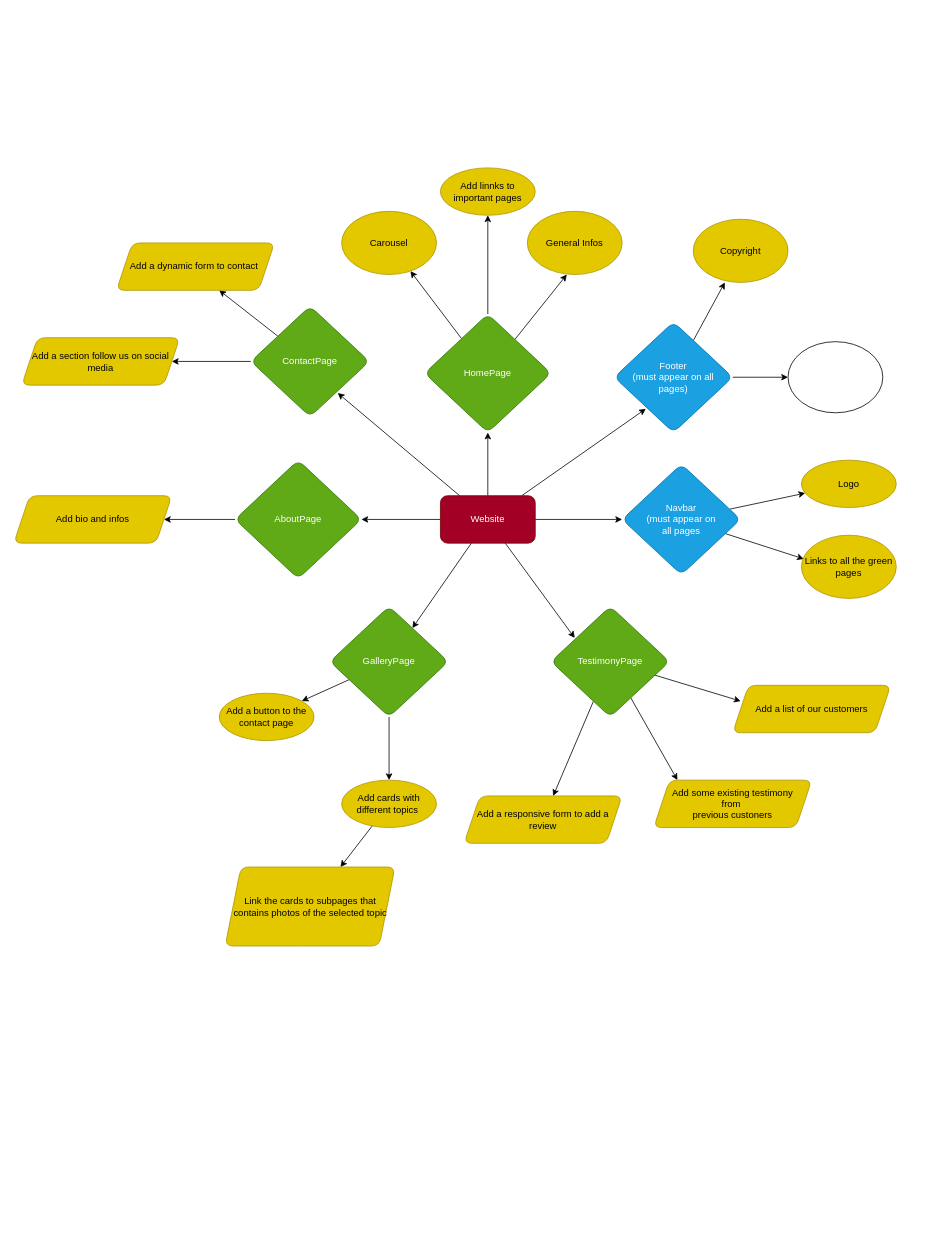
Before: photographerWebpage/documentation/documentation.drawio in ChavesJimmy/TeamProject-Arwa-Katharina-Markus-Christos-Jimmy, a draw.io diagram. Source tidied: cells renumbered, new cells numbered last; positions are measured from the earlier drawing's top-left corner, leaving out a move shared by most shapes. Both pictures are drawn from the tidied source at 79%, with x=0, y=0 at pixel (13, 167).
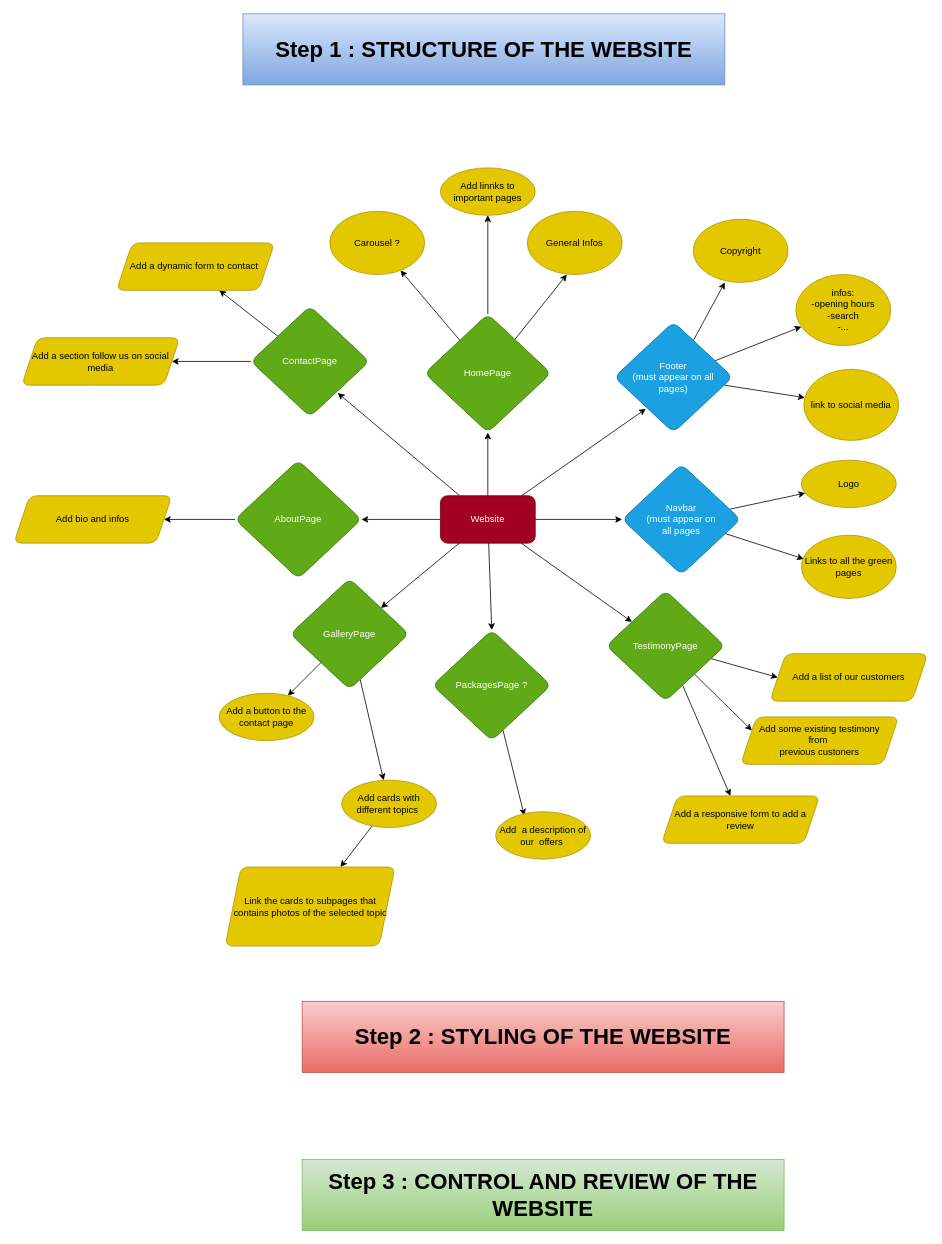
The same page after the edit.

The change refers to these unchanged cells:
```xml
<mxCell id="9" value="Website" style="rounded=1;whiteSpace=wrap;html=1;fillColor=#a20025;fontColor=#ffffff;strokeColor=#6F0000;" parent="1" vertex="1">
  <mxGeometry x="540" y="415" width="120" height="60" as="geometry" />
</mxCell>
<mxCell id="25" value="Footer&lt;br&gt;(must appear on all&lt;br&gt;pages)" style="rhombus;whiteSpace=wrap;html=1;rounded=1;fillColor=#1ba1e2;fontColor=#ffffff;strokeColor=#006EAF;" parent="1" vertex="1">
  <mxGeometry x="760" y="195" width="150" height="140" as="geometry" />
</mxCell>
```

What changed in the source:
```diff
@@
-    <mxCell id="8" style="edgeStyle=none;html=1;" parent="1" edge="1" source="9">
-      <mxGeometry relative="1" as="geometry">
-        <mxPoint x="710" y="595" as="targetPoint" />
-      </mxGeometry>
+    <mxCell id="8" style="edgeStyle=none;html=1;" parent="1" edge="1" source="9" target="31">
+      <mxGeometry relative="1" as="geometry" />
     </mxCell>
+    <mxCell id="49" style="edgeStyle=none;html=1;entryX=0.5;entryY=0;entryDx=0;entryDy=0;" parent="1" edge="1" source="9" target="52">
+      <mxGeometry relative="1" as="geometry" />
+    </mxCell>
@@
     <mxCell id="19" value="GalleryPage" style="rhombus;whiteSpace=wrap;html=1;rounded=1;fillColor=#60a917;fontColor=#ffffff;strokeColor=#2D7600;" parent="1" vertex="1">
-      <mxGeometry x="400" y="555" width="150" height="140" as="geometry" />
+      <mxGeometry x="350" y="520" width="150" height="140" as="geometry" />
     </mxCell>
@@
+    <mxCell id="50" style="edgeStyle=none;html=1;fontSize=28;" parent="1" edge="1" source="25" target="57">
+      <mxGeometry relative="1" as="geometry" />
+    </mxCell>
@@
-    <mxCell id="29" style="edgeStyle=none;html=1;" parent="1" edge="1" source="31">
-      <mxGeometry relative="1" as="geometry">
-        <mxPoint x="840" y="775" as="targetPoint" />
-      </mxGeometry>
+    <mxCell id="29" style="edgeStyle=none;html=1;entryX=0;entryY=0.25;entryDx=0;entryDy=0;" parent="1" edge="1" source="31" target="43">
+      <mxGeometry relative="1" as="geometry" />
     </mxCell>
-    <mxCell id="30" style="edgeStyle=none;html=1;" parent="1" edge="1" source="31">
-      <mxGeometry relative="1" as="geometry">
-        <mxPoint x="920" y="675" as="targetPoint" />
-      </mxGeometry>
+    <mxCell id="30" style="edgeStyle=none;html=1;entryX=0;entryY=0.5;entryDx=0;entryDy=0;" parent="1" edge="1" source="31" target="45">
+      <mxGeometry relative="1" as="geometry" />
     </mxCell>
     <mxCell id="31" value="TestimonyPage" style="rhombus;whiteSpace=wrap;html=1;rounded=1;fillColor=#60a917;fontColor=#ffffff;strokeColor=#2D7600;" parent="1" vertex="1">
-      <mxGeometry x="680" y="555" width="150" height="140" as="geometry" />
+      <mxGeometry x="750" y="535" width="150" height="140" as="geometry" />
     </mxCell>
-    <mxCell id="32" value="Carousel" style="ellipse;whiteSpace=wrap;html=1;fillColor=#e3c800;fontColor=#000000;strokeColor=#B09500;" parent="1" vertex="1">
-      <mxGeometry x="415" y="55" width="120" height="80" as="geometry" />
+    <mxCell id="32" value="Carousel ?" style="ellipse;whiteSpace=wrap;html=1;fillColor=#e3c800;fontColor=#000000;strokeColor=#B09500;" parent="1" vertex="1">
+      <mxGeometry x="400" y="55" width="120" height="80" as="geometry" />
     </mxCell>
@@
-    <mxCell id="35" style="ellipse;whiteSpace=wrap;html=1;rounded=1;" parent="1" vertex="1">
-      <mxGeometry x="980" y="220" width="120" height="90" as="geometry" />
+    <mxCell id="35" value="link to social media" style="ellipse;whiteSpace=wrap;html=1;rounded=1;fillColor=#e3c800;fontColor=#000000;strokeColor=#B09500;" parent="1" vertex="1">
+      <mxGeometry x="1000" y="255" width="120" height="90" as="geometry" />
     </mxCell>
@@
     <mxCell id="42" value="Add a responsive form to add a review" style="shape=parallelogram;perimeter=parallelogramPerimeter;whiteSpace=wrap;html=1;fixedSize=1;rounded=1;fillColor=#e3c800;fontColor=#000000;strokeColor=#B09500;" parent="1" vertex="1">
-      <mxGeometry x="570" y="795" width="200" height="60" as="geometry" />
+      <mxGeometry x="820" y="795" width="200" height="60" as="geometry" />
     </mxCell>
     <mxCell id="43" value="Add some existing testimony &lt;br&gt;from&amp;nbsp;&lt;br&gt;previous custoners" style="shape=parallelogram;perimeter=parallelogramPerimeter;whiteSpace=wrap;html=1;fixedSize=1;rounded=1;fillColor=#e3c800;fontColor=#000000;strokeColor=#B09500;" parent="1" vertex="1">
-      <mxGeometry x="810" y="775" width="200" height="60" as="geometry" />
+      <mxGeometry x="920" y="695" width="200" height="60" as="geometry" />
     </mxCell>
@@
     <mxCell id="45" value="Add a list of our customers" style="shape=parallelogram;perimeter=parallelogramPerimeter;whiteSpace=wrap;html=1;fixedSize=1;rounded=1;fillColor=#e3c800;fontColor=#000000;strokeColor=#B09500;" parent="1" vertex="1">
-      <mxGeometry x="910" y="655" width="200" height="60" as="geometry" />
+      <mxGeometry x="957" y="615" width="200" height="60" as="geometry" />
     </mxCell>
@@
+    <mxCell id="51" style="edgeStyle=none;html=1;" parent="1" edge="1" source="52">
+      <mxGeometry relative="1" as="geometry">
+        <mxPoint x="646.2" y="820" as="targetPoint" />
+      </mxGeometry>
+    </mxCell>
+    <mxCell id="52" value="PackagesPage ?" style="rhombus;whiteSpace=wrap;html=1;rounded=1;fillColor=#60a917;fontColor=#ffffff;strokeColor=#2D7600;" parent="1" vertex="1">
+      <mxGeometry x="530" y="585" width="150" height="140" as="geometry" />
+    </mxCell>
+    <mxCell id="53" value="&lt;b&gt;&lt;font style=&quot;font-size: 28px&quot;&gt;Step 1 : STRUCTURE OF THE WEBSITE&lt;/font&gt;&lt;/b&gt;" style="text;html=1;strokeColor=#6c8ebf;fillColor=#dae8fc;align=center;verticalAlign=middle;whiteSpace=wrap;rounded=0;gradientColor=#7ea6e0;" parent="1" vertex="1">
+      <mxGeometry x="290" y="-195" width="610" height="90" as="geometry" />
+    </mxCell>
+    <mxCell id="54" value="Add&amp;nbsp; a description of our&amp;nbsp; offers&amp;nbsp;" style="ellipse;whiteSpace=wrap;html=1;rounded=1;fillColor=#e3c800;fontColor=#000000;strokeColor=#B09500;" parent="1" vertex="1">
+      <mxGeometry x="610" y="815" width="120" height="60" as="geometry" />
+    </mxCell>
+    <mxCell id="55" value="&lt;b&gt;&lt;font style=&quot;font-size: 28px&quot;&gt;Step 2 : STYLING OF THE WEBSITE&lt;/font&gt;&lt;/b&gt;" style="text;html=1;strokeColor=#b85450;fillColor=#f8cecc;align=center;verticalAlign=middle;whiteSpace=wrap;rounded=0;gradientColor=#ea6b66;" parent="1" vertex="1">
+      <mxGeometry x="365" y="1055" width="610" height="90" as="geometry" />
+    </mxCell>
+    <mxCell id="56" value="&lt;b&gt;&lt;font style=&quot;font-size: 28px&quot;&gt;Step 3 : CONTROL AND REVIEW OF THE WEBSITE&lt;/font&gt;&lt;/b&gt;" style="text;html=1;strokeColor=#82b366;fillColor=#d5e8d4;align=center;verticalAlign=middle;whiteSpace=wrap;rounded=0;gradientColor=#97d077;" parent="1" vertex="1">
+      <mxGeometry x="365" y="1255" width="610" height="90" as="geometry" />
+    </mxCell>
+    <mxCell id="57" value="infos:&lt;br&gt;-opening hours&lt;br&gt;-search&lt;br&gt;-..." style="ellipse;whiteSpace=wrap;html=1;rounded=1;fillColor=#e3c800;fontColor=#000000;strokeColor=#B09500;" parent="1" vertex="1">
+      <mxGeometry x="990" y="135" width="120" height="90" as="geometry" />
+    </mxCell>
```
